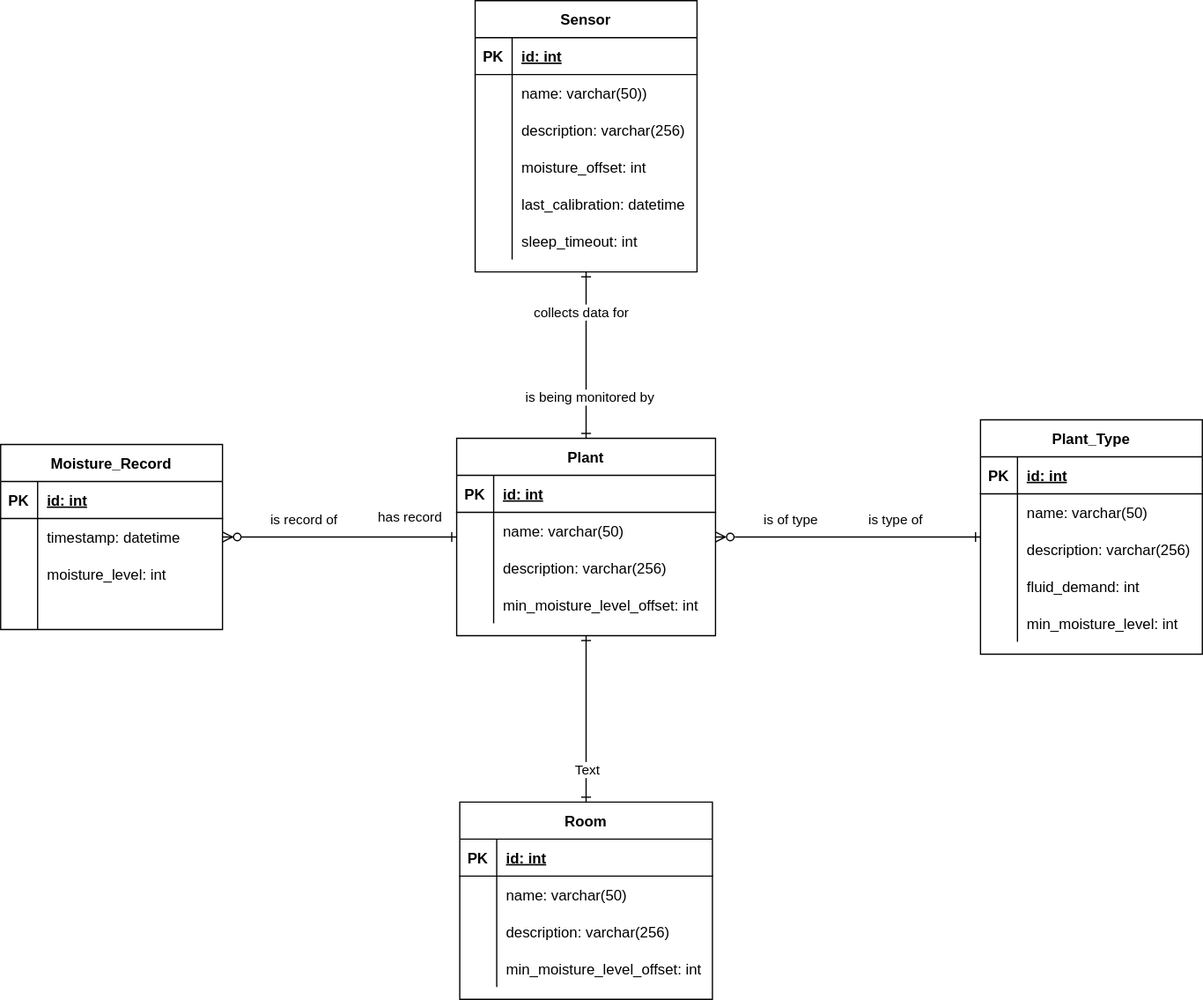
Before: docs/Database/Entity Relationship Diagram.svg, a diagram exported from draw.io (SMABFWS121A/Planty). Source tidied: cells renumbered, new cells last; positions are measured from the earlier drawing's top-left corner, leaving out a move shared by most shapes.
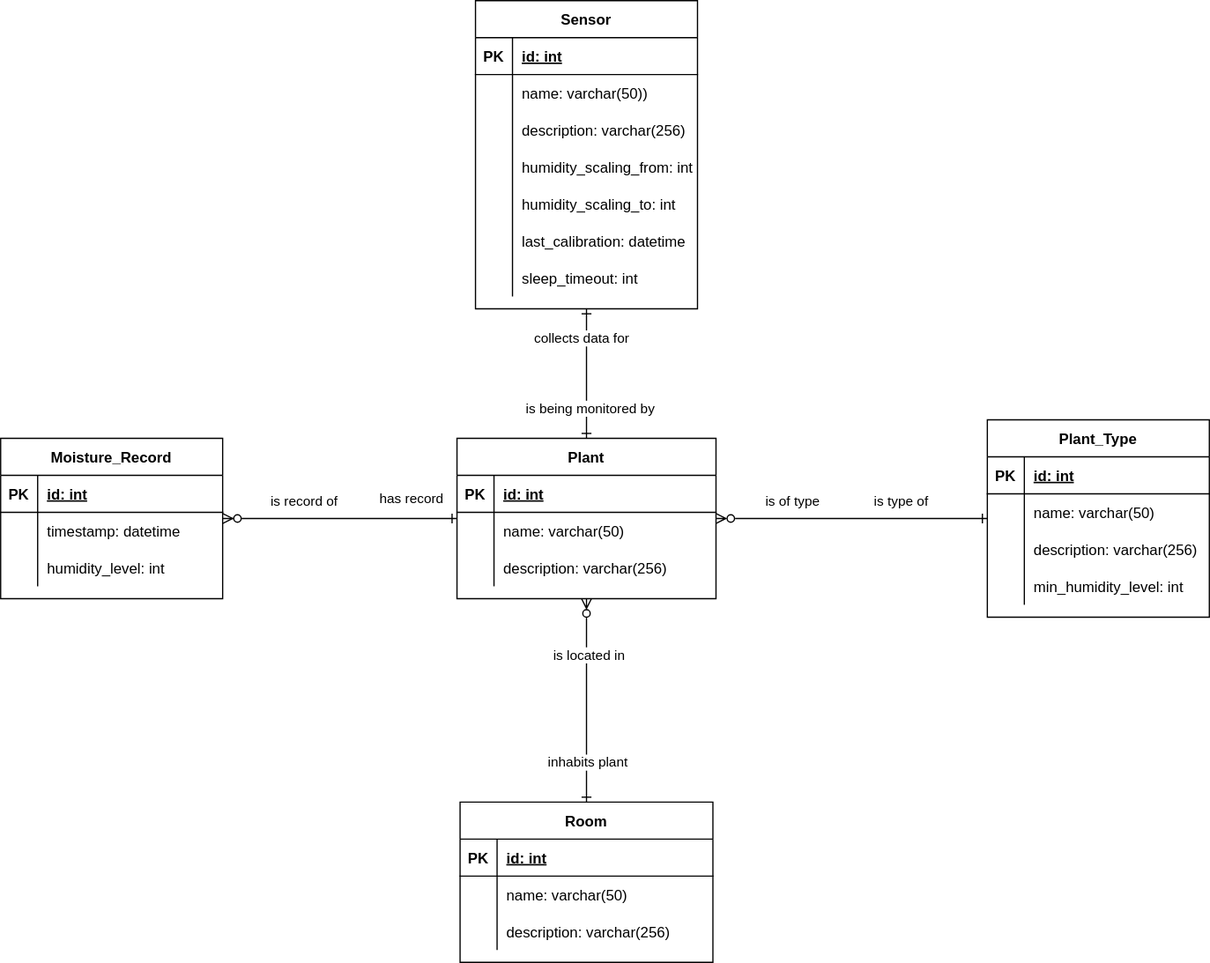
The same diagram one commit later.

What changed in the source:
```diff
@@ -2,8 +2,19 @@
   <root>
     <mxCell id="0" />
     <mxCell id="1" parent="0" />
+    <mxCell id="85" style="endArrow=ERzeroToMany;html=1;rounded=0;startArrow=ERone;startFill=0;endFill=0;" parent="1" edge="1" target="37">
+      <mxGeometry relative="1" as="geometry">
+        <mxPoint x="475" y="650" as="sourcePoint" />
+      </mxGeometry>
+    </mxCell>
+    <mxCell id="86" value="inhabits plant" style="edgeLabel;html=1;align=center;verticalAlign=middle;" parent="85" vertex="1">
+      <mxGeometry x="-0.6" relative="1" as="geometry" />
+    </mxCell>
+    <mxCell id="87" value="is located in" style="edgeLabel;html=1;align=center;verticalAlign=middle;" parent="85" vertex="1">
+      <mxGeometry x="0.45" y="-1" relative="1" as="geometry" />
+    </mxCell>
     <mxCell id="2" value="Plant_Type" style="shape=table;startSize=30;rowLines=0;fontStyle=1;align=center;" parent="1" vertex="1">
-      <mxGeometry x="795" y="340" width="180" height="190" as="geometry" />
+      <mxGeometry x="800" y="340" width="180" height="160" as="geometry" />
     </mxCell>
     <mxCell id="3" style="shape=tableRow;horizontal=0;startSize=0;swimlaneHead=0;swimlaneBody=0;fillColor=none;top=0;left=0;right=0;bottom=1;" parent="2" vertex="1">
       <mxGeometry y="30" width="180" height="30" as="geometry" />
@@ -38,20 +49,11 @@
     <mxCell id="13" style="shape=partialRectangle;fillColor=none;top=0;left=0;bottom=0;right=0;overflow=hidden;" parent="12" vertex="1">
       <mxGeometry width="30" height="30" as="geometry" />
     </mxCell>
-    <mxCell id="14" value="fluid_demand: int" style="shape=partialRectangle;fillColor=none;top=0;left=0;bottom=0;right=0;align=left;spacingLeft=6;overflow=hidden;" parent="12" vertex="1">
+    <mxCell id="14" value="min_humidity_level: int" style="shape=partialRectangle;fillColor=none;top=0;left=0;bottom=0;right=0;align=left;spacingLeft=6;overflow=hidden;" parent="12" vertex="1">
       <mxGeometry x="30" width="150" height="30" as="geometry" />
     </mxCell>
-    <mxCell id="15" style="shape=tableRow;horizontal=0;startSize=0;swimlaneHead=0;swimlaneBody=0;fillColor=none;top=0;left=0;right=0;bottom=0;" parent="2" vertex="1">
-      <mxGeometry y="150" width="180" height="30" as="geometry" />
-    </mxCell>
-    <mxCell id="16" style="shape=partialRectangle;fillColor=none;top=0;left=0;bottom=0;right=0;overflow=hidden;" parent="15" vertex="1">
-      <mxGeometry width="30" height="30" as="geometry" />
-    </mxCell>
-    <mxCell id="17" value="min_moisture_level: int" style="shape=partialRectangle;fillColor=none;top=0;left=0;bottom=0;right=0;align=left;spacingLeft=6;overflow=hidden;" parent="15" vertex="1">
-      <mxGeometry x="30" width="150" height="30" as="geometry" />
-    </mxCell>
     <mxCell id="18" value="Sensor" style="shape=table;startSize=30;rowLines=0;fontStyle=1;align=center;" parent="1" vertex="1">
-      <mxGeometry x="385" width="180" height="220" as="geometry" />
+      <mxGeometry x="385" width="180" height="250" as="geometry" />
     </mxCell>
     <mxCell id="19" style="shape=tableRow;horizontal=0;startSize=0;swimlaneHead=0;swimlaneBody=0;fillColor=none;top=0;left=0;right=0;bottom=1;" parent="18" vertex="1">
       <mxGeometry y="30" width="180" height="30" as="geometry" />
@@ -86,11 +88,20 @@
     <mxCell id="29" style="shape=partialRectangle;fillColor=none;top=0;left=0;bottom=0;right=0;overflow=hidden;" parent="28" vertex="1">
       <mxGeometry width="30" height="30" as="geometry" />
     </mxCell>
-    <mxCell id="30" value="moisture_offset: int" style="shape=partialRectangle;fillColor=none;top=0;left=0;bottom=0;right=0;align=left;spacingLeft=6;overflow=hidden;" parent="28" vertex="1">
+    <mxCell id="30" value="humidity_scaling_from: int" style="shape=partialRectangle;fillColor=none;top=0;left=0;bottom=0;right=0;align=left;spacingLeft=6;overflow=hidden;" parent="28" vertex="1">
       <mxGeometry x="30" width="150" height="30" as="geometry" />
     </mxCell>
+    <mxCell id="15" style="shape=tableRow;horizontal=0;startSize=0;swimlaneHead=0;swimlaneBody=0;fillColor=none;top=0;left=0;right=0;bottom=0;" parent="18" vertex="1">
+      <mxGeometry y="150" width="180" height="30" as="geometry" />
+    </mxCell>
+    <mxCell id="88" style="shape=partialRectangle;fillColor=none;top=0;left=0;bottom=0;right=0;overflow=hidden;" parent="15" vertex="1">
+      <mxGeometry width="30" height="30" as="geometry" />
+    </mxCell>
+    <mxCell id="89" value="humidity_scaling_to: int" style="shape=partialRectangle;fillColor=none;top=0;left=0;bottom=0;right=0;align=left;spacingLeft=6;overflow=hidden;" parent="15" vertex="1">
+      <mxGeometry x="30" width="150" height="30" as="geometry" />
+    </mxCell>
     <mxCell id="31" style="shape=tableRow;horizontal=0;startSize=0;swimlaneHead=0;swimlaneBody=0;fillColor=none;top=0;left=0;right=0;bottom=0;" parent="18" vertex="1">
-      <mxGeometry y="150" width="180" height="30" as="geometry" />
+      <mxGeometry y="180" width="180" height="30" as="geometry" />
     </mxCell>
     <mxCell id="32" style="shape=partialRectangle;fillColor=none;top=0;left=0;bottom=0;right=0;overflow=hidden;" parent="31" vertex="1">
       <mxGeometry width="30" height="30" as="geometry" />
@@ -99,7 +110,7 @@
       <mxGeometry x="30" width="150" height="30" as="geometry" />
     </mxCell>
     <mxCell id="34" style="shape=tableRow;horizontal=0;startSize=0;swimlaneHead=0;swimlaneBody=0;fillColor=none;top=0;left=0;right=0;bottom=0;" parent="18" vertex="1">
-      <mxGeometry y="180" width="180" height="30" as="geometry" />
+      <mxGeometry y="210" width="180" height="30" as="geometry" />
     </mxCell>
     <mxCell id="35" style="shape=partialRectangle;fillColor=none;top=0;left=0;bottom=0;right=0;overflow=hidden;" parent="34" vertex="1">
       <mxGeometry width="30" height="30" as="geometry" />
@@ -108,7 +119,7 @@
       <mxGeometry x="30" width="150" height="30" as="geometry" />
     </mxCell>
     <mxCell id="37" value="Plant" style="shape=table;startSize=30;rowLines=0;fontStyle=1;align=center;" parent="1" vertex="1">
-      <mxGeometry x="370" y="355" width="210" height="160" as="geometry" />
+      <mxGeometry x="370" y="355" width="210" height="130" as="geometry" />
     </mxCell>
     <mxCell id="38" style="shape=tableRow;horizontal=0;startSize=0;swimlaneHead=0;swimlaneBody=0;fillColor=none;top=0;left=0;right=0;bottom=1;" parent="37" vertex="1">
       <mxGeometry y="30" width="210" height="30" as="geometry" />
@@ -137,54 +148,6 @@
     <mxCell id="46" value="description: varchar(256)" style="shape=partialRectangle;fillColor=none;top=0;left=0;bottom=0;right=0;align=left;spacingLeft=6;overflow=hidden;" parent="44" vertex="1">
       <mxGeometry x="30" width="180" height="30" as="geometry" />
     </mxCell>
-    <mxCell id="47" style="shape=tableRow;horizontal=0;startSize=0;swimlaneHead=0;swimlaneBody=0;fillColor=none;top=0;left=0;right=0;bottom=0;" parent="37" vertex="1">
-      <mxGeometry y="120" width="210" height="30" as="geometry" />
-    </mxCell>
-    <mxCell id="48" style="shape=partialRectangle;fillColor=none;top=0;left=0;bottom=0;right=0;overflow=hidden;" parent="47" vertex="1">
-      <mxGeometry width="30" height="30" as="geometry" />
-    </mxCell>
-    <mxCell id="49" value="min_moisture_level_offset: int" style="shape=partialRectangle;fillColor=none;top=0;left=0;bottom=0;right=0;align=left;spacingLeft=6;overflow=hidden;" parent="47" vertex="1">
-      <mxGeometry x="30" width="180" height="30" as="geometry" />
-    </mxCell>
-    <mxCell id="50" value="Moisture_Record" style="shape=table;startSize=30;rowLines=0;fontStyle=1;align=center;" parent="1" vertex="1">
-      <mxGeometry y="360" width="180" height="150" as="geometry" />
-    </mxCell>
-    <mxCell id="51" style="shape=tableRow;horizontal=0;startSize=0;swimlaneHead=0;swimlaneBody=0;fillColor=none;top=0;left=0;right=0;bottom=1;" parent="50" vertex="1">
-      <mxGeometry y="30" width="180" height="30" as="geometry" />
-    </mxCell>
-    <mxCell id="52" value="PK" style="shape=partialRectangle;fillColor=none;top=0;left=0;bottom=0;right=0;fontStyle=1;overflow=hidden;" parent="51" vertex="1">
-      <mxGeometry width="30" height="30" as="geometry" />
-    </mxCell>
-    <mxCell id="53" value="id: int" style="shape=partialRectangle;fillColor=none;top=0;left=0;bottom=0;right=0;align=left;spacingLeft=6;fontStyle=5;overflow=hidden;" parent="51" vertex="1">
-      <mxGeometry x="30" width="150" height="30" as="geometry" />
-    </mxCell>
-    <mxCell id="54" style="shape=tableRow;horizontal=0;startSize=0;swimlaneHead=0;swimlaneBody=0;fillColor=none;top=0;left=0;right=0;bottom=0;" parent="50" vertex="1">
-      <mxGeometry y="60" width="180" height="30" as="geometry" />
-    </mxCell>
-    <mxCell id="55" style="shape=partialRectangle;fillColor=none;top=0;left=0;bottom=0;right=0;overflow=hidden;" parent="54" vertex="1">
-      <mxGeometry width="30" height="30" as="geometry" />
-    </mxCell>
-    <mxCell id="56" value="timestamp: datetime" style="shape=partialRectangle;fillColor=none;top=0;left=0;bottom=0;right=0;align=left;spacingLeft=6;overflow=hidden;" parent="54" vertex="1">
-      <mxGeometry x="30" width="150" height="30" as="geometry" />
-    </mxCell>
-    <mxCell id="57" style="shape=tableRow;horizontal=0;startSize=0;swimlaneHead=0;swimlaneBody=0;fillColor=none;top=0;left=0;right=0;bottom=0;" parent="50" vertex="1">
-      <mxGeometry y="90" width="180" height="30" as="geometry" />
-    </mxCell>
-    <mxCell id="58" style="shape=partialRectangle;fillColor=none;top=0;left=0;bottom=0;right=0;overflow=hidden;" parent="57" vertex="1">
-      <mxGeometry width="30" height="30" as="geometry" />
-    </mxCell>
-    <mxCell id="59" value="moisture_level: int" style="shape=partialRectangle;fillColor=none;top=0;left=0;bottom=0;right=0;align=left;spacingLeft=6;overflow=hidden;" parent="57" vertex="1">
-      <mxGeometry x="30" width="150" height="30" as="geometry" />
-    </mxCell>
-    <mxCell id="60" style="shape=tableRow;horizontal=0;startSize=0;swimlaneHead=0;swimlaneBody=0;fillColor=none;top=0;left=0;right=0;bottom=0;" parent="50" vertex="1">
-      <mxGeometry y="120" width="180" height="30" as="geometry" />
-    </mxCell>
-    <mxCell id="61" style="shape=partialRectangle;fillColor=none;top=0;left=0;bottom=0;right=0;overflow=hidden;" parent="60" vertex="1">
-      <mxGeometry width="30" height="30" as="geometry" />
-    </mxCell>
-    <mxCell id="62" style="shape=partialRectangle;fillColor=none;top=0;left=0;bottom=0;right=0;align=left;spacingLeft=6;overflow=hidden;" parent="60" vertex="1">
-      <mxGeometry x="30" width="150" height="30" as="geometry" />
-    </mxCell>
     <mxCell id="63" style="fontSize=12;html=1;endArrow=ERzeroToMany;endFill=1;rounded=0;startArrow=ERone;startFill=0;" parent="1" edge="1" source="37" target="50">
       <mxGeometry relative="1" as="geometry" />
     </mxCell>
@@ -223,7 +186,7 @@
       </mxGeometry>
     </mxCell>
     <mxCell id="72" value="Room" style="shape=table;startSize=30;rowLines=0;fontStyle=1;align=center;" parent="1" vertex="1">
-      <mxGeometry x="372.5" y="650" width="205" height="160" as="geometry" />
+      <mxGeometry x="372.5" y="650" width="205" height="130" as="geometry" />
     </mxCell>
     <mxCell id="73" style="shape=tableRow;horizontal=0;startSize=0;swimlaneHead=0;swimlaneBody=0;fillColor=none;top=0;left=0;right=0;bottom=1;" parent="72" vertex="1">
       <mxGeometry y="30" width="205" height="30" as="geometry" />
@@ -252,20 +215,35 @@
     <mxCell id="81" value="description: varchar(256)" style="shape=partialRectangle;fillColor=none;top=0;left=0;bottom=0;right=0;align=left;spacingLeft=6;overflow=hidden;" parent="79" vertex="1">
       <mxGeometry x="30" width="175" height="30" as="geometry" />
     </mxCell>
-    <mxCell id="82" style="shape=tableRow;horizontal=0;startSize=0;swimlaneHead=0;swimlaneBody=0;fillColor=none;top=0;left=0;right=0;bottom=0;" parent="72" vertex="1">
-      <mxGeometry y="120" width="205" height="30" as="geometry" />
-    </mxCell>
-    <mxCell id="83" style="shape=partialRectangle;fillColor=none;top=0;left=0;bottom=0;right=0;overflow=hidden;" parent="82" vertex="1">
-      <mxGeometry width="30" height="30" as="geometry" />
-    </mxCell>
-    <mxCell id="84" value="min_moisture_level_offset: int" style="shape=partialRectangle;fillColor=none;top=0;left=0;bottom=0;right=0;align=left;spacingLeft=6;overflow=hidden;" parent="82" vertex="1">
-      <mxGeometry x="30" width="175" height="30" as="geometry" />
-    </mxCell>
-    <mxCell id="85" style="endArrow=ERone;html=1;rounded=0;startArrow=ERone;startFill=0;endFill=0;" parent="1" edge="1" source="72" target="37">
-      <mxGeometry relative="1" as="geometry" />
-    </mxCell>
-    <mxCell id="86" value="Text" style="edgeLabel;html=1;align=center;verticalAlign=middle;" parent="85" vertex="1">
-      <mxGeometry x="-0.6" relative="1" as="geometry" />
-    </mxCell>
+    <mxCell id="50" value="Moisture_Record" style="shape=table;startSize=30;rowLines=0;fontStyle=1;align=center;" parent="1" vertex="1">
+      <mxGeometry y="355" width="180" height="130" as="geometry" />
+    </mxCell>
+    <mxCell id="51" style="shape=tableRow;horizontal=0;startSize=0;swimlaneHead=0;swimlaneBody=0;fillColor=none;top=0;left=0;right=0;bottom=1;" parent="50" vertex="1">
+      <mxGeometry y="30" width="180" height="30" as="geometry" />
+    </mxCell>
+    <mxCell id="52" value="PK" style="shape=partialRectangle;fillColor=none;top=0;left=0;bottom=0;right=0;fontStyle=1;overflow=hidden;" parent="51" vertex="1">
+      <mxGeometry width="30" height="30" as="geometry" />
+    </mxCell>
+    <mxCell id="53" value="id: int" style="shape=partialRectangle;fillColor=none;top=0;left=0;bottom=0;right=0;align=left;spacingLeft=6;fontStyle=5;overflow=hidden;" parent="51" vertex="1">
+      <mxGeometry x="30" width="150" height="30" as="geometry" />
+    </mxCell>
+    <mxCell id="54" style="shape=tableRow;horizontal=0;startSize=0;swimlaneHead=0;swimlaneBody=0;fillColor=none;top=0;left=0;right=0;bottom=0;" parent="50" vertex="1">
+      <mxGeometry y="60" width="180" height="30" as="geometry" />
+    </mxCell>
+    <mxCell id="90" style="shape=partialRectangle;fillColor=none;top=0;left=0;bottom=0;right=0;overflow=hidden;" parent="54" vertex="1">
+      <mxGeometry width="30" height="30" as="geometry" />
+    </mxCell>
+    <mxCell id="56" value="timestamp: datetime" style="shape=partialRectangle;fillColor=none;top=0;left=0;bottom=0;right=0;align=left;spacingLeft=6;overflow=hidden;" parent="54" vertex="1">
+      <mxGeometry x="30" width="150" height="30" as="geometry" />
+    </mxCell>
+    <mxCell id="57" style="shape=tableRow;horizontal=0;startSize=0;swimlaneHead=0;swimlaneBody=0;fillColor=none;top=0;left=0;right=0;bottom=0;" parent="50" vertex="1">
+      <mxGeometry y="90" width="180" height="30" as="geometry" />
+    </mxCell>
+    <mxCell id="91" style="shape=partialRectangle;fillColor=none;top=0;left=0;bottom=0;right=0;overflow=hidden;" parent="57" vertex="1">
+      <mxGeometry width="30" height="30" as="geometry" />
+    </mxCell>
+    <mxCell id="92" value="humidity_level: int" style="shape=partialRectangle;fillColor=none;top=0;left=0;bottom=0;right=0;align=left;spacingLeft=6;overflow=hidden;" parent="57" vertex="1">
+      <mxGeometry x="30" width="150" height="30" as="geometry" />
+    </mxCell>
   </root>
 </mxGraphModel>
```
